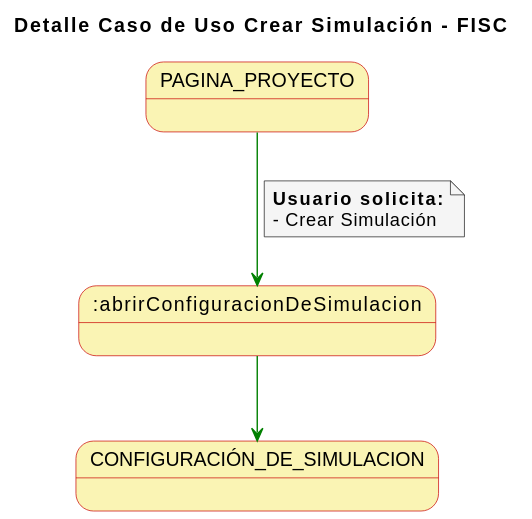
Before: imagenes/casosDeUso/detallesCasosUso/detalleCasoUsoCrearSimulacion.svg, a diagram exported from PlantUML (mmasias/23-24-IdSw1-SDR).
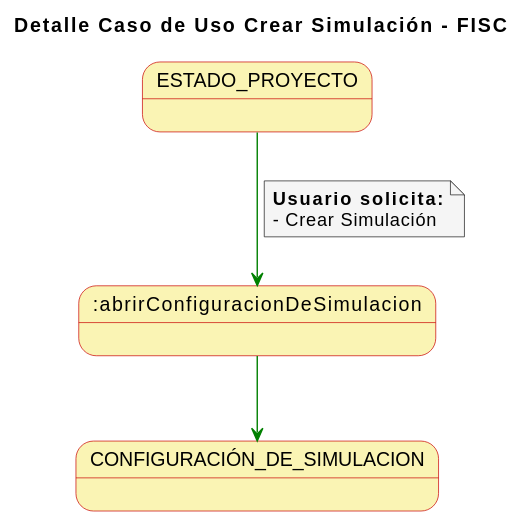
Above is the later version.

The edit, as a diff of the source:
```diff
@@ -13,7 +13,7 @@
 title Detalle Caso de Uso Crear Simulación - FISC
 
 
-PAGINA_PROYECTO-[#green]-> :abrirConfiguracionDeSimulacion
+ESTADO_PROYECTO-[#green]-> :abrirConfiguracionDeSimulacion
 note on link
   **Usuario solicita:**
   - Crear Simulación
```
